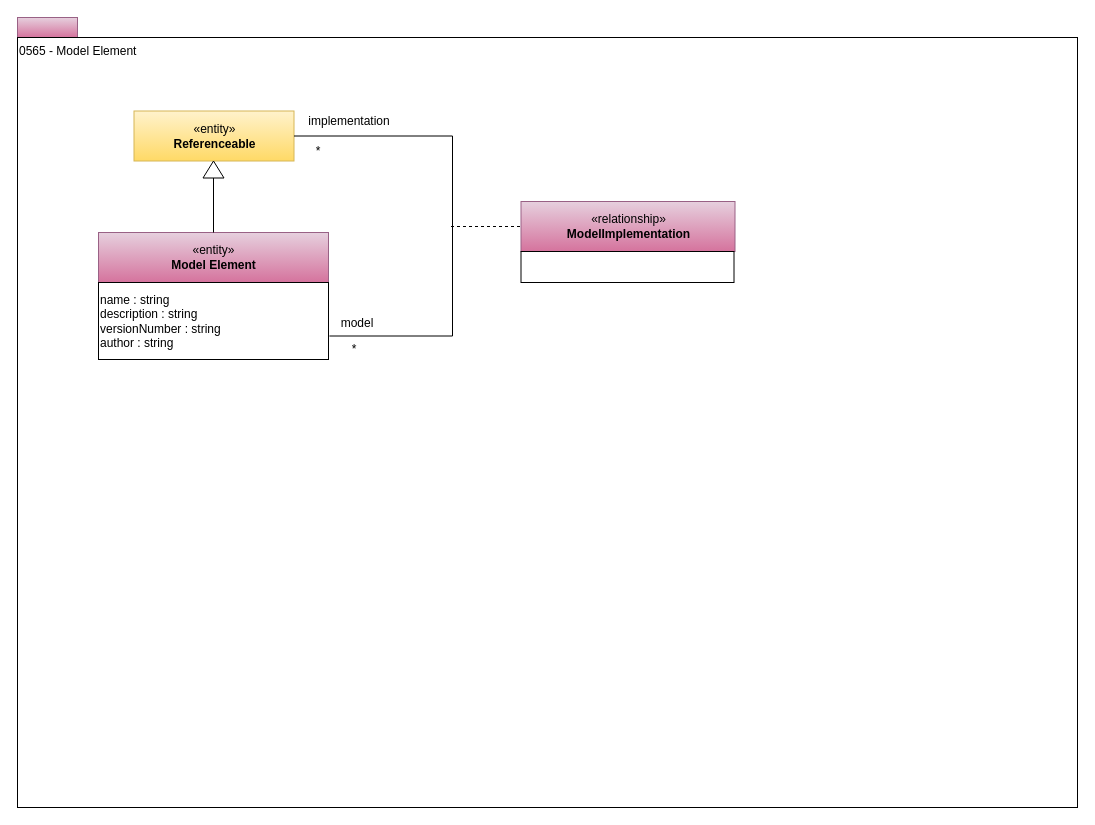
This is page "0565-Model-Element" (19 of 20) of open-metadata-publication/website/open-metadata-types/Area-5-models-and-schema.drawio from planetf1/egeria, a draw.io file, before an edit. Source tidied: cells renumbered, new cells numbered last; positions are measured from the earlier drawing's top-left corner, leaving out a move shared by most shapes. Both pictures are drawn from the tidied source at 100%, with x=0, y=0 at pixel (17, 17).
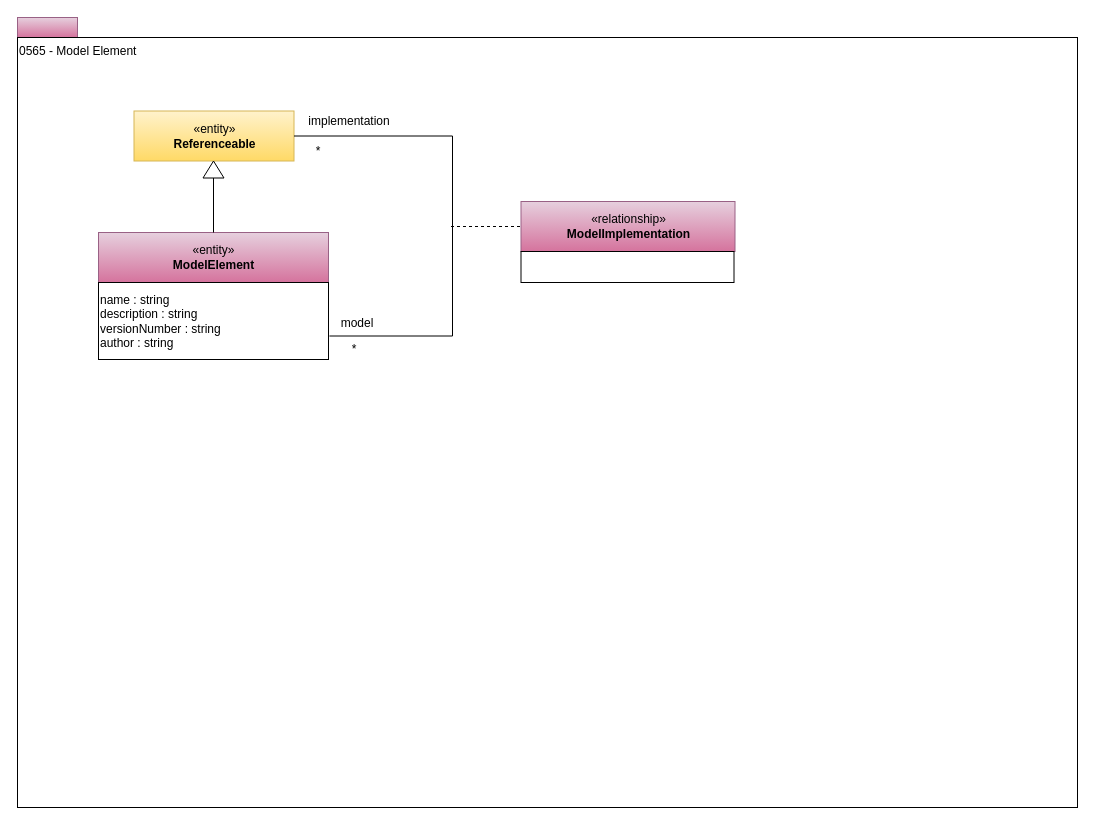
The same diagram, later.

Diff of the diagram source:
```diff
@@
 <mxGraphModel>
   <root>
     <mxCell id="0" />
     <mxCell id="1" parent="0" />
     <mxCell id="2" style="rounded=0;whiteSpace=wrap;html=1;align=left;fillColor=#e6d0de;strokeColor=#996185;gradientColor=#d5739d;" parent="1" vertex="1">
       <mxGeometry width="60" height="20" as="geometry" />
     </mxCell>
     <mxCell id="3" value="0565 - Model Element" style="rounded=0;whiteSpace=wrap;html=1;align=left;verticalAlign=top;" parent="1" vertex="1">
       <mxGeometry y="20" width="1060" height="770" as="geometry" />
     </mxCell>
-    <mxCell id="4" value="«entity»&lt;br&gt;&lt;b&gt;Model Element&lt;/b&gt;" style="html=1;strokeColor=#996185;align=center;fillColor=#e6d0de;gradientColor=#d5739d;" parent="1" vertex="1">
+    <mxCell id="4" value="«entity»&lt;br&gt;&lt;b&gt;ModelElement&lt;/b&gt;" style="html=1;strokeColor=#996185;align=center;fillColor=#e6d0de;gradientColor=#d5739d;" parent="1" vertex="1">
       <mxGeometry x="81" y="215" width="230" height="50" as="geometry" />
     </mxCell>
     <mxCell id="5" value="&lt;span&gt;name : string&lt;br&gt;&lt;/span&gt;description : string&lt;br&gt;&lt;span&gt;versionNumber : string&lt;/span&gt;&lt;br&gt;&lt;span&gt;author : string&lt;/span&gt;&lt;span&gt;&lt;br&gt;&lt;/span&gt;" style="rounded=0;whiteSpace=wrap;html=1;strokeColor=#000000;gradientColor=#ffffff;align=left;" parent="1" vertex="1">
       <mxGeometry x="81" y="265" width="230" height="77" as="geometry" />
     </mxCell>
     <mxCell id="6" style="edgeStyle=orthogonalEdgeStyle;rounded=0;html=1;endArrow=none;endFill=0;jettySize=auto;exitX=0;exitY=0.5;" parent="1" edge="1" source="8" target="4">
       <mxGeometry relative="1" as="geometry" />
     </mxCell>
     <mxCell id="7" value="«entity»&lt;br&gt;&lt;b&gt;Referenceable&lt;/b&gt;" style="html=1;strokeColor=#d6b656;align=center;fillColor=#fff2cc;gradientColor=#ffd966;" parent="1" vertex="1">
       <mxGeometry x="116.5" y="93.5" width="160" height="50" as="geometry" />
     </mxCell>
     <mxCell id="8" style="triangle;whiteSpace=wrap;html=1;strokeColor=#000000;gradientColor=#ffffff;align=center;rotation=-90;" parent="1" vertex="1">
       <mxGeometry x="187.5" y="141.5" width="17" height="21" as="geometry" />
     </mxCell>
     <mxCell id="9" style="edgeStyle=orthogonalEdgeStyle;rounded=0;jettySize=auto;html=1;exitX=1;exitY=0.5;exitDx=0;exitDy=0;entryX=1.004;entryY=0.695;entryDx=0;entryDy=0;endArrow=none;endFill=0;entryPerimeter=0;" parent="1" edge="1" source="7" target="5">
       <mxGeometry relative="1" as="geometry">
         <Array as="points">
           <mxPoint x="435" y="119" />
           <mxPoint x="435" y="319" />
         </Array>
       </mxGeometry>
     </mxCell>
     <mxCell id="10" value="*" style="text;html=1;strokeColor=none;fillColor=none;align=center;verticalAlign=middle;whiteSpace=wrap;rounded=0;" parent="1" vertex="1">
       <mxGeometry x="280.5" y="123.5" width="40" height="20" as="geometry" />
     </mxCell>
     <mxCell id="11" value="implementation" style="text;html=1;strokeColor=none;fillColor=none;align=center;verticalAlign=middle;whiteSpace=wrap;rounded=0;" parent="1" vertex="1">
       <mxGeometry x="286" y="94" width="92" height="20" as="geometry" />
     </mxCell>
     <mxCell id="12" value="model" style="text;html=1;strokeColor=none;fillColor=none;align=center;verticalAlign=middle;whiteSpace=wrap;rounded=0;" parent="1" vertex="1">
       <mxGeometry x="311" y="295.5" width="58" height="20" as="geometry" />
     </mxCell>
     <mxCell id="13" value="«relationship»&lt;br&gt;&lt;b&gt;ModelImplementation&lt;/b&gt;" style="html=1;strokeColor=#996185;align=center;fillColor=#e6d0de;gradientColor=#d5739d;" parent="1" vertex="1">
       <mxGeometry x="503.5" y="184" width="214" height="50" as="geometry" />
     </mxCell>
     <mxCell id="14" style="endArrow=none;dashed=1;html=1;entryX=0;entryY=0.5;entryDx=0;entryDy=0;" parent="1" edge="1" target="13">
       <mxGeometry relative="1" as="geometry">
         <mxPoint x="433.5" y="209" as="sourcePoint" />
       </mxGeometry>
     </mxCell>
     <mxCell id="15" value="&lt;div style=&quot;text-align: left&quot;&gt;&lt;br&gt;&lt;/div&gt;" style="rounded=0;whiteSpace=wrap;html=1;strokeColor=#000000;gradientColor=#ffffff;align=left;" parent="1" vertex="1">
       <mxGeometry x="503.5" y="234" width="213" height="31" as="geometry" />
     </mxCell>
     <mxCell id="16" value="*" style="text;html=1;strokeColor=none;fillColor=none;align=center;verticalAlign=middle;whiteSpace=wrap;rounded=0;" parent="1" vertex="1">
       <mxGeometry x="316.5" y="322" width="40" height="20" as="geometry" />
     </mxCell>
   </root>
 </mxGraphModel>
```
